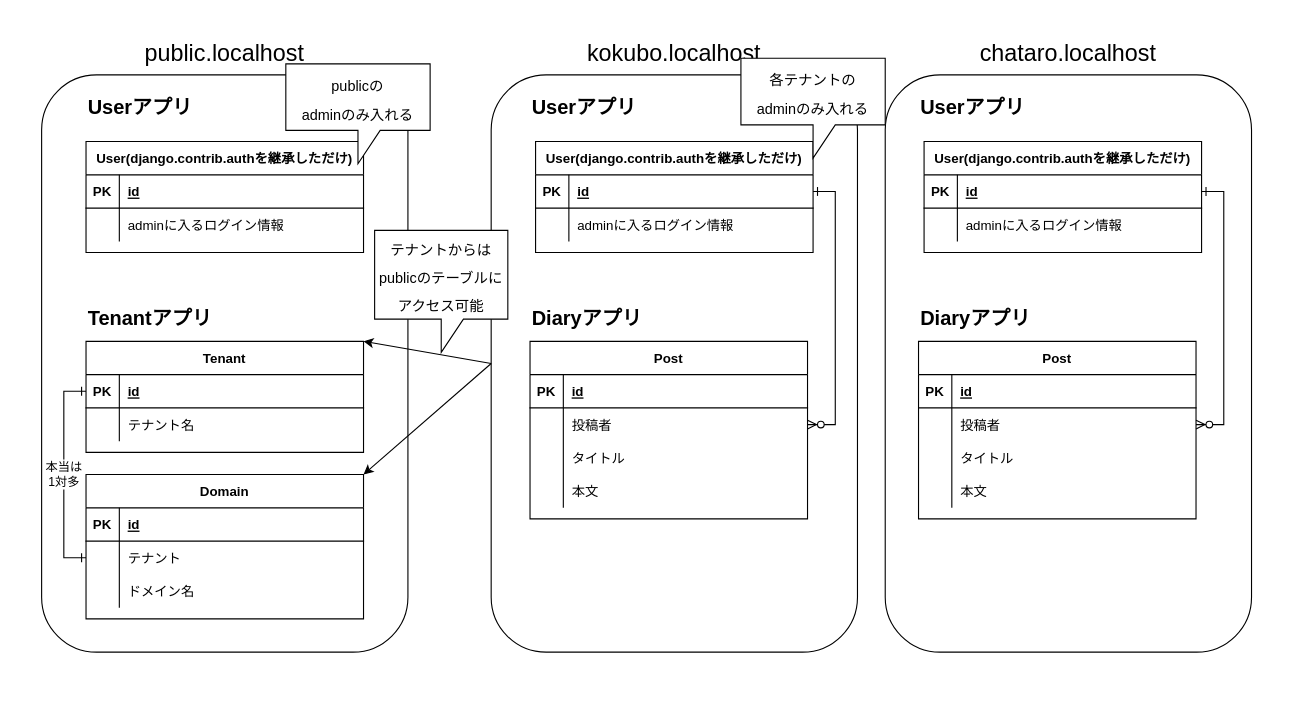
Earlier version of the draw.io diagram er.drawio (yheihei/django-tenants-diary). Source tidied: cells renumbered, new cells numbered last; positions are measured from the earlier drawing's top-left corner, leaving out a move shared by most shapes. Both pictures are drawn from the tidied source at 111%, with x=0, y=0 at pixel (41, 41).
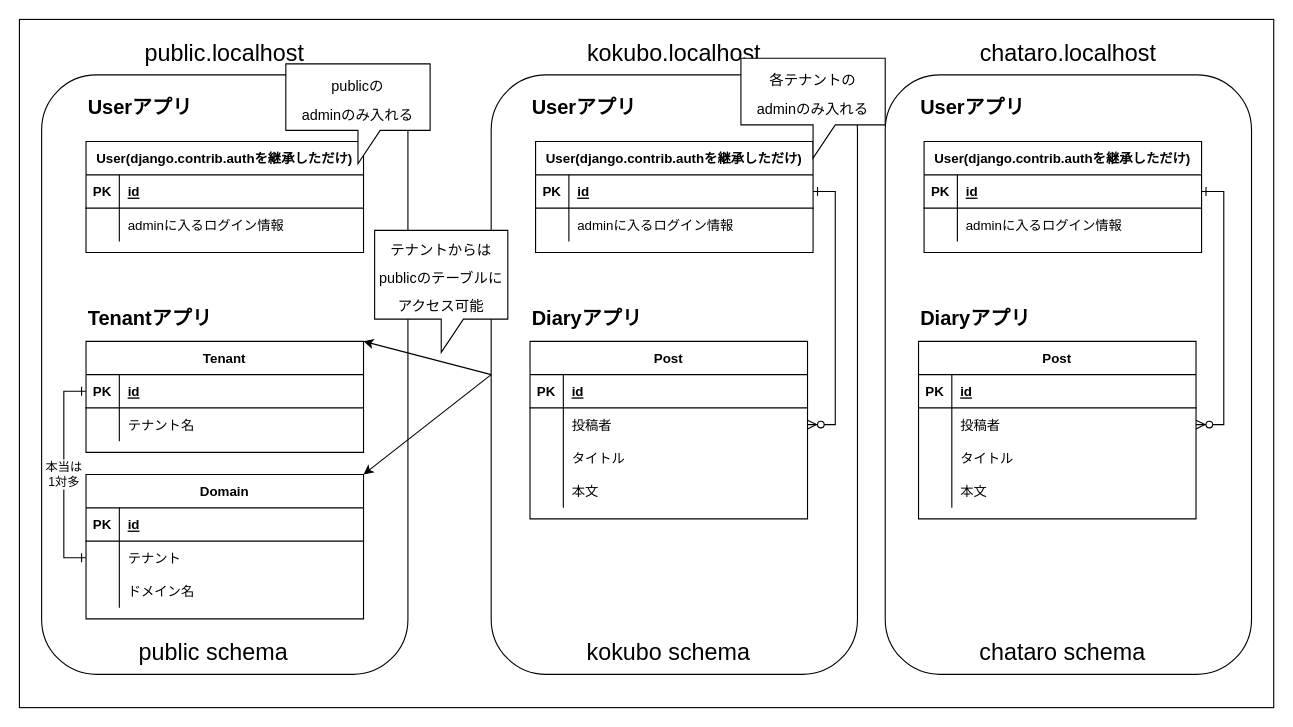
Above is the later version.

Change to the diagram source:
```diff
@@
+    <mxCell id="86" style="rounded=0;whiteSpace=wrap;html=1;" parent="1" vertex="1">
+      <mxGeometry x="-20" y="-20" width="1130" height="620" as="geometry" />
+    </mxCell>
     <mxCell id="2" style="rounded=1;whiteSpace=wrap;html=1;" parent="1" vertex="1">
-      <mxGeometry x="760" y="30" width="330" height="520" as="geometry" />
+      <mxGeometry x="760" y="30" width="330" height="540" as="geometry" />
     </mxCell>
     <mxCell id="3" style="rounded=1;whiteSpace=wrap;html=1;" parent="1" vertex="1">
-      <mxGeometry x="405" y="30" width="330" height="520" as="geometry" />
+      <mxGeometry x="405" y="30" width="330" height="540" as="geometry" />
     </mxCell>
     <mxCell id="4" style="rounded=1;whiteSpace=wrap;html=1;" parent="1" vertex="1">
-      <mxGeometry y="30" width="330" height="520" as="geometry" />
+      <mxGeometry y="30" width="330" height="540" as="geometry" />
     </mxCell>
@@
+    <mxCell id="87" value="public schema" style="text;html=1;strokeColor=none;fillColor=none;align=center;verticalAlign=middle;whiteSpace=wrap;rounded=0;fontSize=21;" parent="1" vertex="1">
+      <mxGeometry x="-10" y="540" width="330" height="20" as="geometry" />
+    </mxCell>
+    <mxCell id="88" value="kokubo schema" style="text;html=1;strokeColor=none;fillColor=none;align=center;verticalAlign=middle;whiteSpace=wrap;rounded=0;fontSize=21;" parent="1" vertex="1">
+      <mxGeometry x="400" y="540" width="330" height="20" as="geometry" />
+    </mxCell>
+    <mxCell id="89" value="chataro schema" style="text;html=1;strokeColor=none;fillColor=none;align=center;verticalAlign=middle;whiteSpace=wrap;rounded=0;fontSize=21;" parent="1" vertex="1">
+      <mxGeometry x="755" y="540" width="330" height="20" as="geometry" />
+    </mxCell>
```
